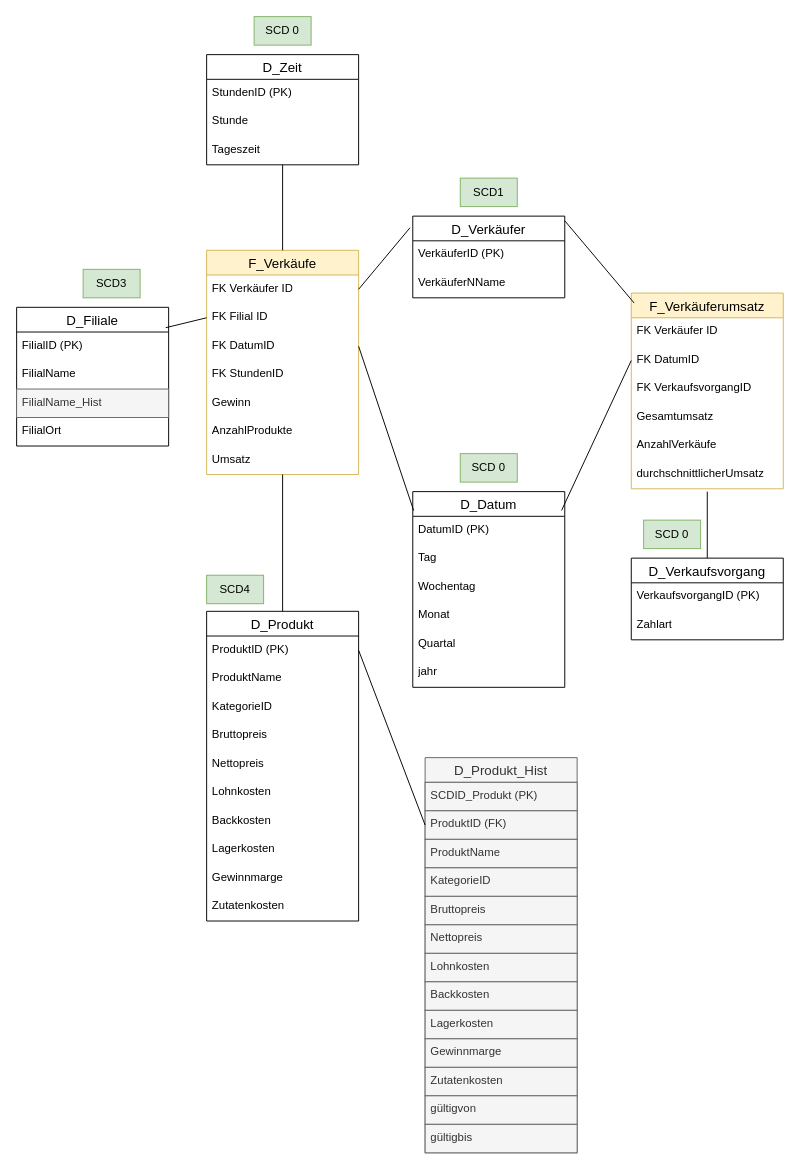
This is Galaxyschema_BrotZeit_mitSCD.drawio from Thoerchen/BackZeit, a draw.io file, before an edit. Source tidied: cells renumbered, new cells numbered last; positions are measured from the earlier drawing's top-left corner, leaving out a move shared by most shapes. Both pictures are drawn from the tidied source at 95%, with x=0, y=0 at pixel (16, 16).
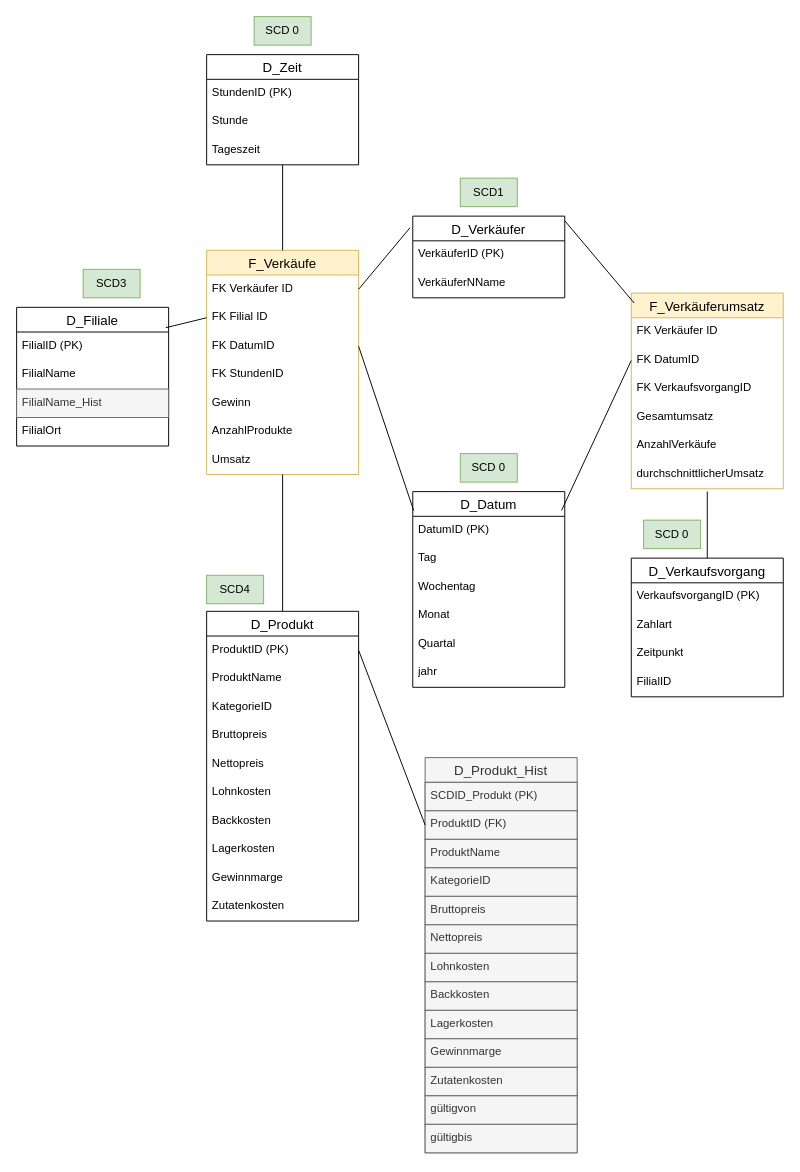
After the change.

The edit, as a diff of the source:
```diff
@@
     <mxCell id="44" value="D_Verkaufsvorgang" style="swimlane;fontStyle=0;horizontal=1;startSize=26;align=center;fontSize=14;" parent="1" vertex="1">
-      <mxGeometry x="647" y="570" width="160" height="86" as="geometry" />
+      <mxGeometry x="647" y="570" width="160" height="146" as="geometry" />
     </mxCell>
@@
+    <mxCell id="79" value="Zeitpunkt" style="text;strokeColor=none;fillColor=none;spacingLeft=4;spacingRight=4;overflow=hidden;fontSize=12;whiteSpace=wrap;html=1;" parent="44" vertex="1">
+      <mxGeometry y="86" width="160" height="30" as="geometry" />
+    </mxCell>
+    <mxCell id="80" value="FilialID" style="text;strokeColor=none;fillColor=none;spacingLeft=4;spacingRight=4;overflow=hidden;fontSize=12;whiteSpace=wrap;html=1;" parent="44" vertex="1">
+      <mxGeometry y="116" width="160" height="30" as="geometry" />
+    </mxCell>
```
